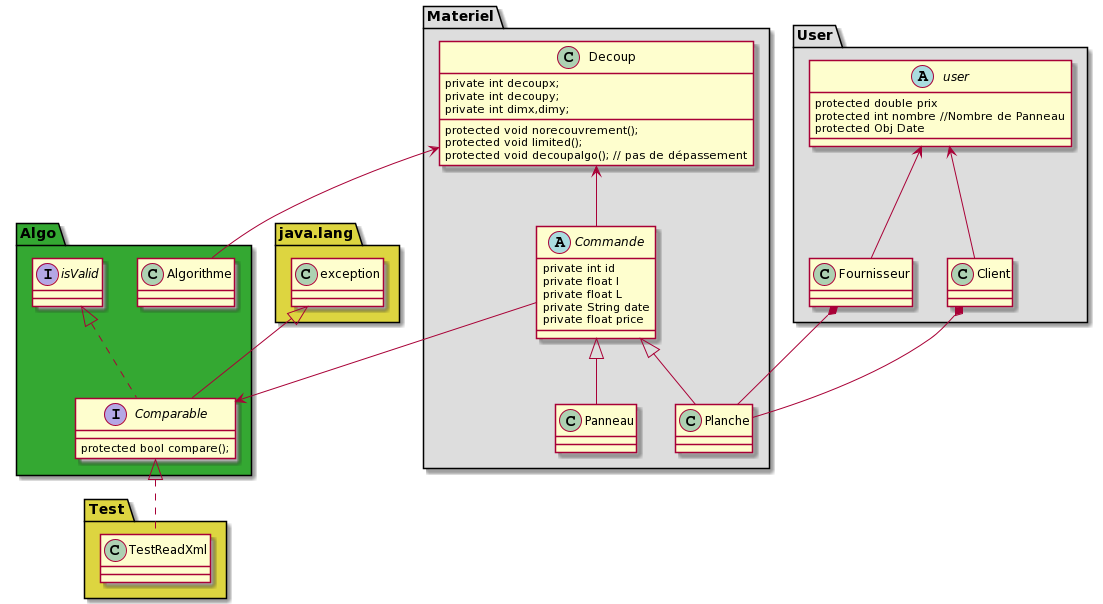
Ezzeay/Projxml keeps this PlantUML diagram as diaguml.png. Above is the earlier version. The source it was exported from:
```plantuml
@startuml
package "Materiel" #DDDDDD {
  class Planche
  class Panneau
  abstract class Commande
  class Decoup
}
package "User" #DDDDDD {
  class Fournisseur
  class Client
  abstract class user
}
package "java.lang" #DDD540 {
   class exception

}

package "Test" #DDD540{
   class TestReadXml
}

package "Algo" #34a832{
 class Algorithme
 interface Comparable
interface isValid
}

class Planche {

}

class Panneau {

}

abstract class Commande{
  private int id
  private float l
  private float L
  private String date
  private float price

}
abstract class user{
 protected double prix
 protected int nombre //Nombre de Panneau
 protected Obj Date
}
class Fournisseur {


}
Fournisseur *-- Planche
Client *-- Planche
user <-- Client
user <-- Fournisseur
Commande <|-- Planche
Commande <|-- Panneau

class Client {
}

class Decoup {
private int decoupx;
private int decoupy;
private int dimx,dimy;
protected void norecouvrement();
protected void limited();
protected void decoupalgo(); // pas de dépassement
}

interface Comparable{
protected bool compare();

}
Decoup <-- Commande

exception <|-- Comparable
Decoup <-- Algorithme
Comparable <-- Commande
isValid <|.. Comparable
 Comparable <|.. TestReadXml
@enduml
```
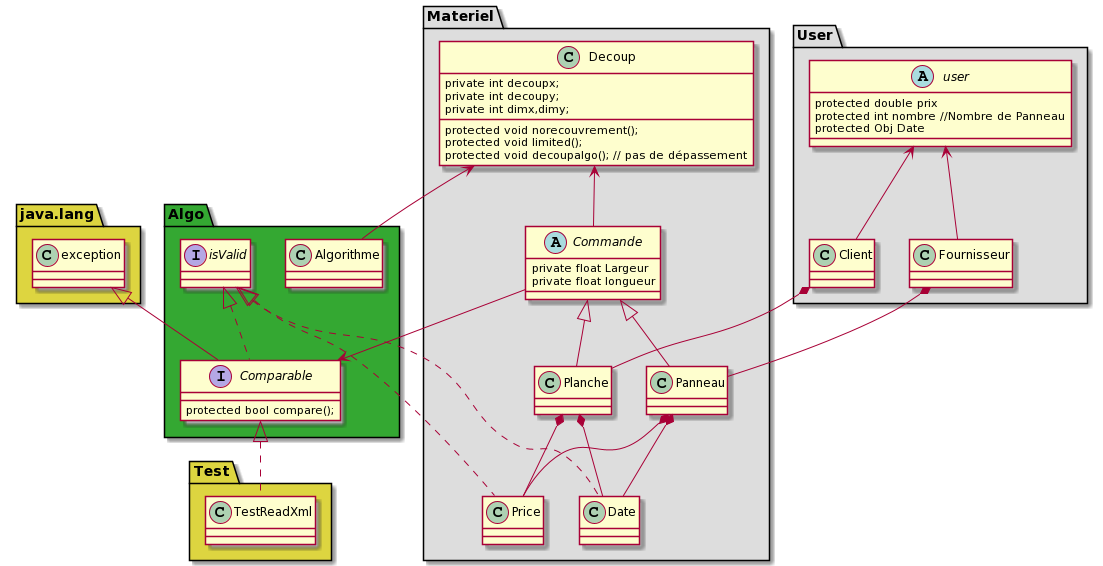
Later version of the same file.

Change to the diagram source:
```diff
@@ -4,6 +4,10 @@
   class Panneau
   abstract class Commande
   class Decoup
+  class Price
+  class Date
+
+
 }
 package "User" #DDDDDD {
   class Fournisseur
@@ -34,13 +38,10 @@
 }
 
 abstract class Commande{
-  private int id
-  private float l
-  private float L
-  private String date
-  private float price
+ private float Largeur
+ private float longueur
+}
 
-}
 abstract class user{
  protected double prix
  protected int nombre //Nombre de Panneau
@@ -50,7 +51,7 @@
 
 
 }
-Fournisseur *-- Planche
+Fournisseur *-- Panneau
 Client *-- Planche
 user <-- Client
 user <-- Fournisseur
@@ -79,5 +80,13 @@
 Decoup <-- Algorithme
 Comparable <-- Commande
 isValid <|.. Comparable
+Planche *-- Price
+
+Planche *-- Date
+Panneau *-- Price
+
+Panneau *-- Date
+isValid <|.. Price
+isValid <|.. Date
  Comparable <|.. TestReadXml
 @enduml
```
